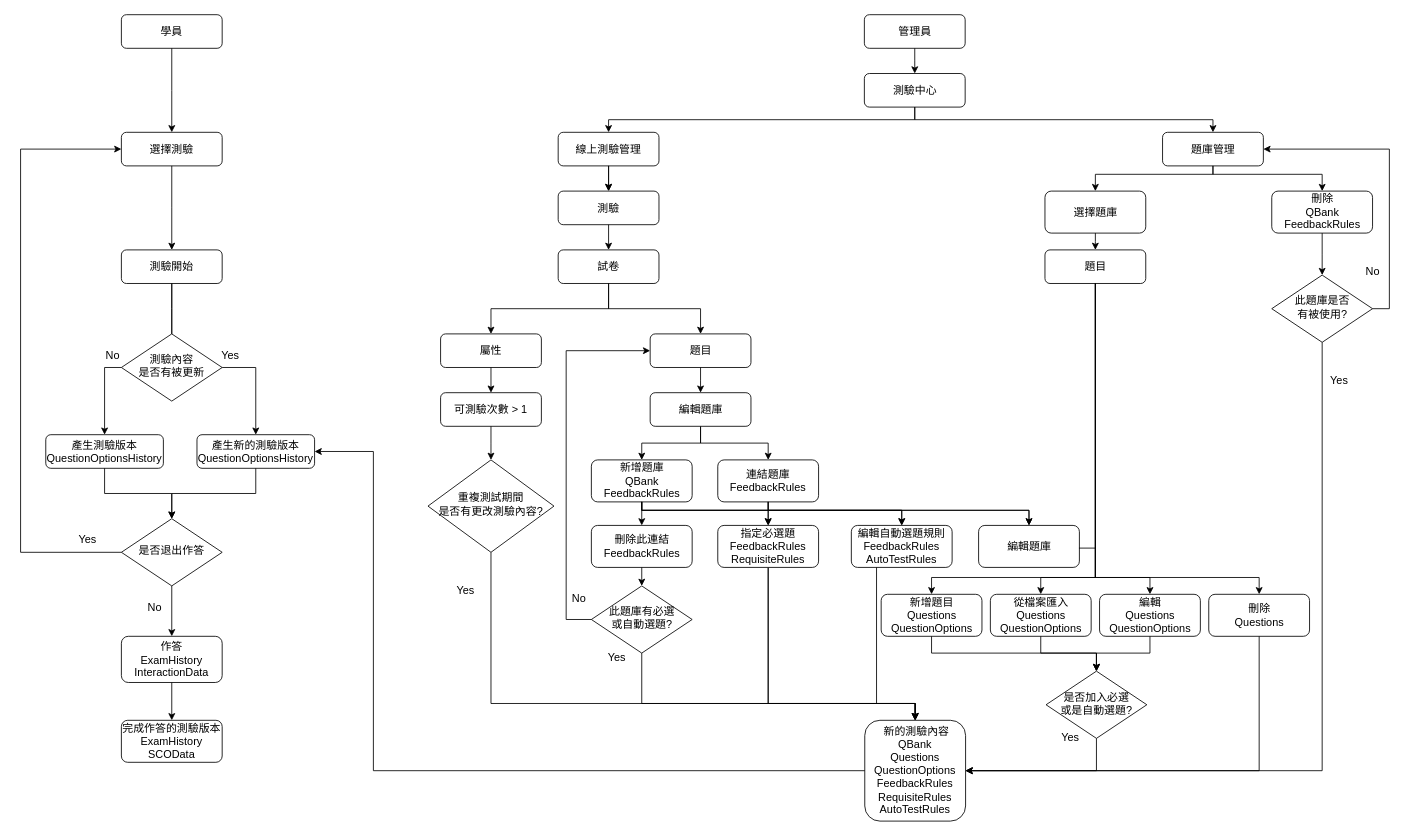
zs6184/test keeps this draw.io diagram as page "第3頁" (3 of 4) of 未命名圖表.drawio. Above is the earlier version. Source tidied: cells renumbered, new cells numbered last; positions are measured from the earlier drawing's top-left corner, leaving out a move shared by most shapes. Both pictures are drawn from the tidied source at 84%, with x=0, y=0 at pixel (20, 14).
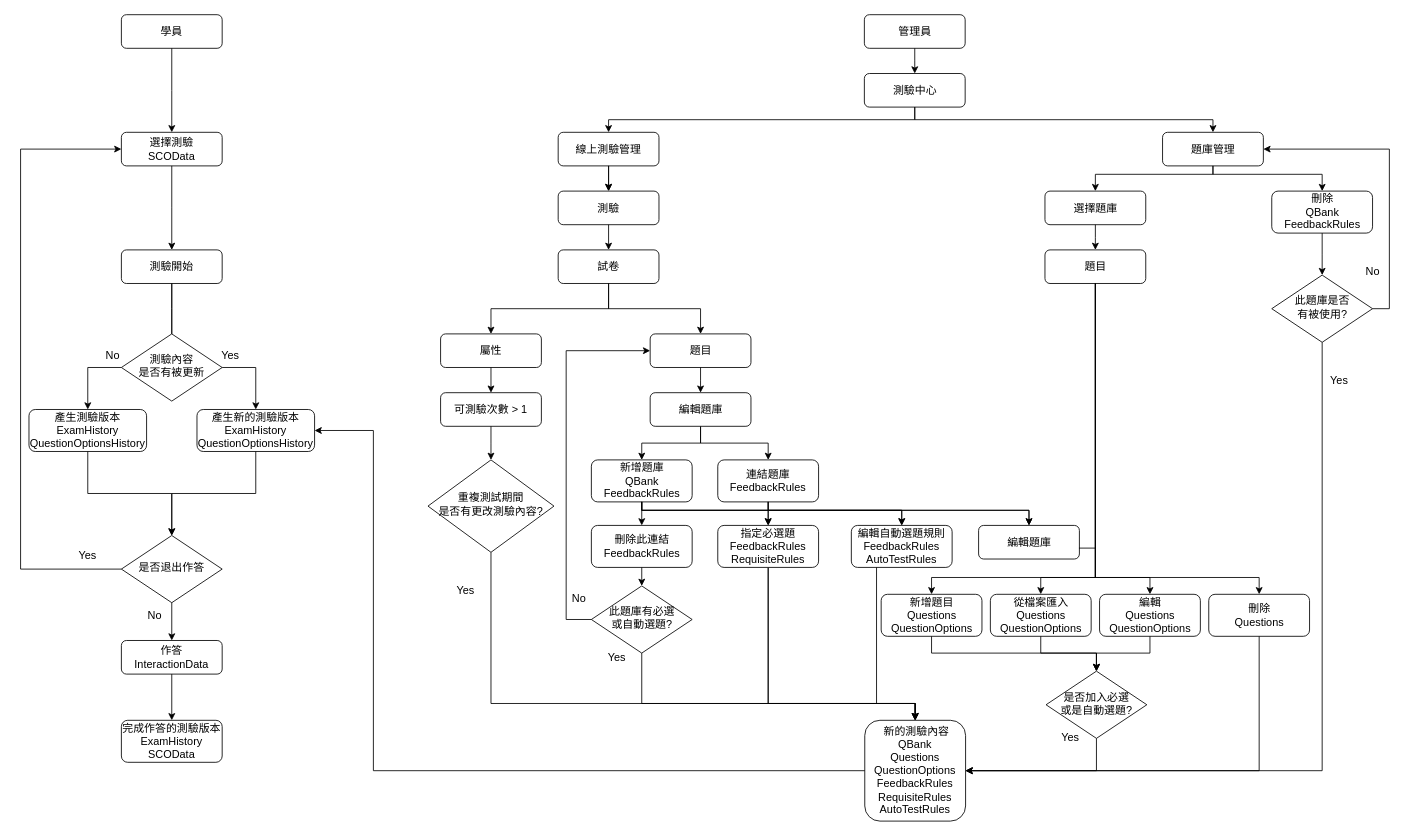
The same page after the edit.

The change refers to these unchanged cells:
```xml
<mxCell id="35" value="&amp;nbsp;新的測驗內容&lt;br&gt;QBank&lt;br&gt;Questions&lt;br&gt;QuestionOptions&lt;br&gt;FeedbackRules&lt;br&gt;RequisiteRules&lt;br&gt;AutoTestRules" style="rounded=1;whiteSpace=wrap;html=1;fontSize=13;" parent="1" vertex="1">
  <mxGeometry x="1005" y="840" width="120" height="120" as="geometry" />
</mxCell>
```

Change to the diagram source:
```diff
@@
     <mxCell id="29" value="編輯題庫" style="rounded=1;whiteSpace=wrap;html=1;fontSize=13;" parent="1" vertex="1">
-      <mxGeometry x="1140.5" y="608" width="120" height="50" as="geometry" />
+      <mxGeometry x="1140.5" y="608" width="120" height="40" as="geometry" />
     </mxCell>
@@
     <mxCell id="45" value="選擇題庫" style="rounded=1;whiteSpace=wrap;html=1;fontSize=13;" parent="1" vertex="1">
-      <mxGeometry x="1219.5" y="210" width="120" height="50" as="geometry" />
+      <mxGeometry x="1219.5" y="210" width="120" height="40" as="geometry" />
     </mxCell>
@@
-    <mxCell id="78" value="產生測驗版本&lt;br&gt;QuestionOptionsHistory" style="rounded=1;whiteSpace=wrap;html=1;fontSize=13;" parent="1" vertex="1">
-      <mxGeometry x="30" y="500" width="140" height="40" as="geometry" />
+    <mxCell id="78" value="產生測驗版本&lt;br&gt;ExamHistory&lt;br&gt;QuestionOptionsHistory" style="rounded=1;whiteSpace=wrap;html=1;fontSize=13;" parent="1" vertex="1">
+      <mxGeometry x="10" y="470" width="140" height="50" as="geometry" />
     </mxCell>
-    <mxCell id="79" value="選擇測驗" style="rounded=1;whiteSpace=wrap;html=1;fontSize=13;" parent="1" vertex="1">
+    <mxCell id="79" value="選擇測驗&lt;br&gt;SCOData" style="rounded=1;whiteSpace=wrap;html=1;fontSize=13;" parent="1" vertex="1">
       <mxGeometry x="120" y="140" width="120" height="40" as="geometry" />
     </mxCell>
@@
     <mxCell id="86" value="No" style="text;html=1;strokeColor=none;fillColor=none;align=center;verticalAlign=middle;whiteSpace=wrap;rounded=0;fontSize=13;" parent="1" vertex="1">
-      <mxGeometry x="130" y="690" width="60" height="30" as="geometry" />
+      <mxGeometry x="130" y="700" width="60" height="30" as="geometry" />
     </mxCell>
     <mxCell id="87" value="是否退出作答" style="rhombus;whiteSpace=wrap;html=1;shadow=0;fontFamily=Helvetica;fontSize=13;align=center;strokeWidth=1;spacing=6;spacingTop=-4;" parent="1" vertex="1">
-      <mxGeometry x="120" y="600" width="120" height="80" as="geometry" />
+      <mxGeometry x="120" y="620" width="120" height="80" as="geometry" />
     </mxCell>
@@
     <mxCell id="89" value="Yes" style="text;html=1;strokeColor=none;fillColor=none;align=center;verticalAlign=middle;whiteSpace=wrap;rounded=0;fontSize=13;" parent="1" vertex="1">
-      <mxGeometry x="50" y="610" width="60" height="30" as="geometry" />
+      <mxGeometry x="50" y="628" width="60" height="30" as="geometry" />
     </mxCell>
@@
     <mxCell id="91" style="edgeStyle=segmentEdgeStyle;endArrow=classic;html=1;rounded=0;exitX=0;exitY=0.5;exitDx=0;exitDy=0;entryX=1;entryY=0.5;entryDx=0;entryDy=0;" parent="1" edge="1" source="35" target="92">
       <mxGeometry relative="1" as="geometry">
         <Array as="points">
           <mxPoint x="420" y="900" />
-          <mxPoint x="420" y="520" />
+          <mxPoint x="420" y="495" />
         </Array>
       </mxGeometry>
     </mxCell>
-    <mxCell id="92" value="產生新的測驗版本&lt;br&gt;QuestionOptionsHistory" style="rounded=1;whiteSpace=wrap;html=1;fontSize=13;" parent="1" vertex="1">
-      <mxGeometry x="210" y="500" width="140" height="40" as="geometry" />
+    <mxCell id="92" value="產生新的測驗版本&lt;br&gt;ExamHistory&lt;br&gt;QuestionOptionsHistory" style="rounded=1;whiteSpace=wrap;html=1;fontSize=13;" parent="1" vertex="1">
+      <mxGeometry x="210" y="470" width="140" height="50" as="geometry" />
     </mxCell>
@@
-    <mxCell id="103" value="作答&lt;br&gt;ExamHistory&lt;br&gt;InteractionData" style="rounded=1;whiteSpace=wrap;html=1;fontSize=13;" parent="1" vertex="1">
-      <mxGeometry x="120" y="740" width="120" height="55" as="geometry" />
+    <mxCell id="103" value="作答&lt;br&gt;InteractionData" style="rounded=1;whiteSpace=wrap;html=1;fontSize=13;" parent="1" vertex="1">
+      <mxGeometry x="120" y="745" width="120" height="40" as="geometry" />
     </mxCell>
```
